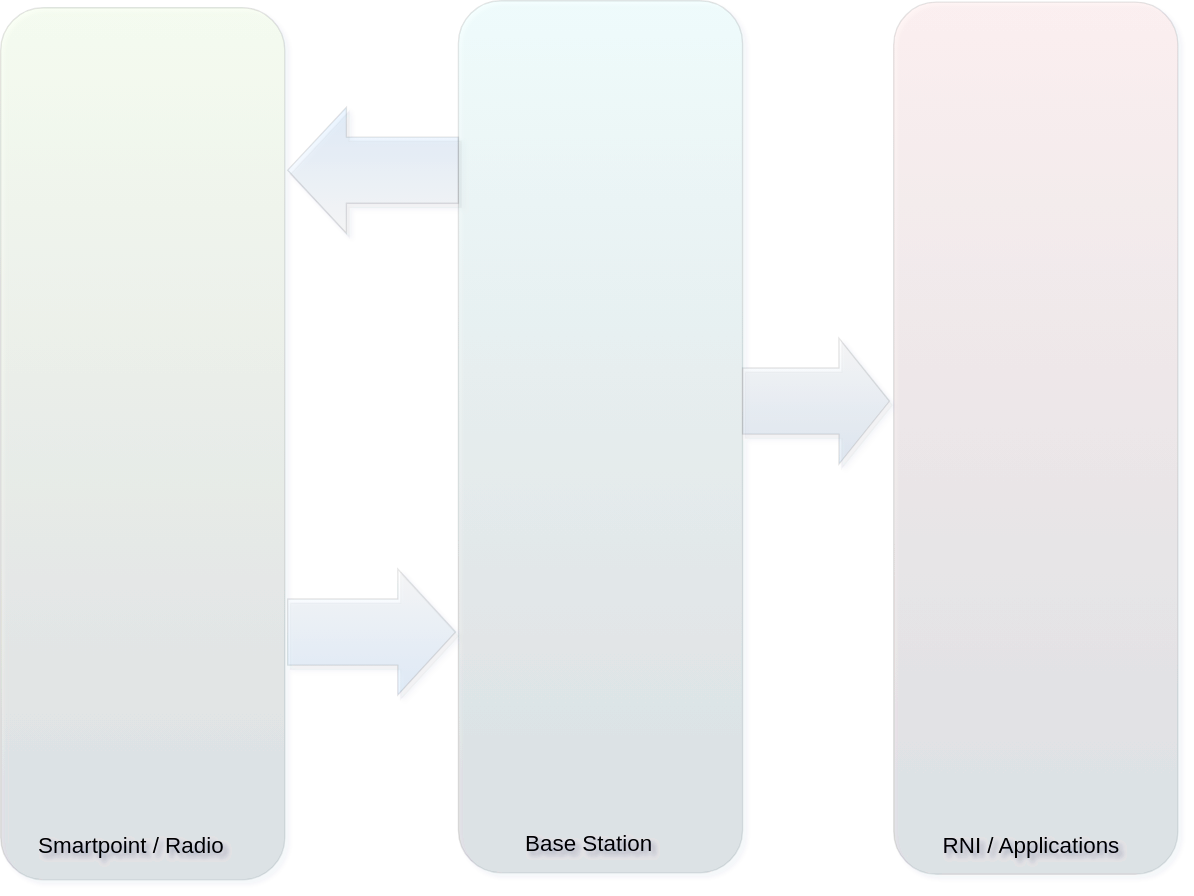
The draw.io diagram hack-2023/ami_ncs_utility_view_v2_svg.drawio.svg in rajeshpv-common/my-drawio, before a commit. Source tidied: cells renumbered, new cells last; positions are measured from the earlier drawing's top-left corner, leaving out a move shared by most shapes. Source of this version:
```xml
<mxGraphModel shadow="1">
  <root>
    <mxCell id="0" />
    <mxCell id="1" parent="0" />
    <mxCell id="2" style="shape=singleArrow;whiteSpace=wrap;html=1;shadow=1;gradientColor=#3399FF;opacity=10;arrowWidth=0.5249042145593851;arrowSize=0.34414700544464505;" parent="1" vertex="1">
      <mxGeometry x="205" y="406" width="120" height="90" as="geometry" />
    </mxCell>
    <mxCell id="3" style="shape=singleArrow;whiteSpace=wrap;html=1;shadow=1;gradientColor=#3399FF;opacity=10;arrowWidth=0.5249042145593851;arrowSize=0.34414700544464505;rotation=-180;" parent="1" vertex="1">
      <mxGeometry x="205" y="76" width="122" height="90" as="geometry" />
    </mxCell>
    <mxCell id="4" style="shape=singleArrow;whiteSpace=wrap;html=1;shadow=1;gradientColor=#2776C4;opacity=10;arrowWidth=0.5249042145593851;arrowSize=0.34414700544464505;" parent="1" vertex="1">
      <mxGeometry x="530" y="241" width="105" height="90" as="geometry" />
    </mxCell>
    <mxCell id="5" style="rounded=1;whiteSpace=wrap;html=1;gradientColor=default;opacity=10;fillColor=#CCFF99;" parent="1" vertex="1">
      <mxGeometry y="5" width="203" height="623" as="geometry" />
    </mxCell>
    <mxCell id="6" value="Smartpoint / Radio" style="text;html=1;strokeColor=none;fillColor=none;align=center;verticalAlign=middle;whiteSpace=wrap;rounded=0;shadow=1;fontSize=16;" parent="1" vertex="1">
      <mxGeometry x="7" y="588" width="173" height="30" as="geometry" />
    </mxCell>
    <mxCell id="7" style="rounded=1;whiteSpace=wrap;html=1;gradientColor=default;opacity=10;fillColor=#99FFFF;" parent="1" vertex="1">
      <mxGeometry x="327" width="203" height="623" as="geometry" />
    </mxCell>
    <mxCell id="8" value="Base Station" style="text;html=1;strokeColor=none;fillColor=none;align=center;verticalAlign=middle;whiteSpace=wrap;rounded=0;shadow=1;fontSize=16;" parent="1" vertex="1">
      <mxGeometry x="334" y="587" width="173" height="30" as="geometry" />
    </mxCell>
    <mxCell id="9" style="rounded=1;whiteSpace=wrap;html=1;gradientColor=default;opacity=10;fillColor=#FF9999;" parent="1" vertex="1">
      <mxGeometry x="638" y="1" width="203" height="623" as="geometry" />
    </mxCell>
    <mxCell id="10" value="RNI / Applications" style="text;html=1;strokeColor=none;fillColor=none;align=center;verticalAlign=middle;whiteSpace=wrap;rounded=0;shadow=1;fontSize=16;" parent="1" vertex="1">
      <mxGeometry x="650" y="588" width="173" height="30" as="geometry" />
    </mxCell>
  </root>
</mxGraphModel>
```
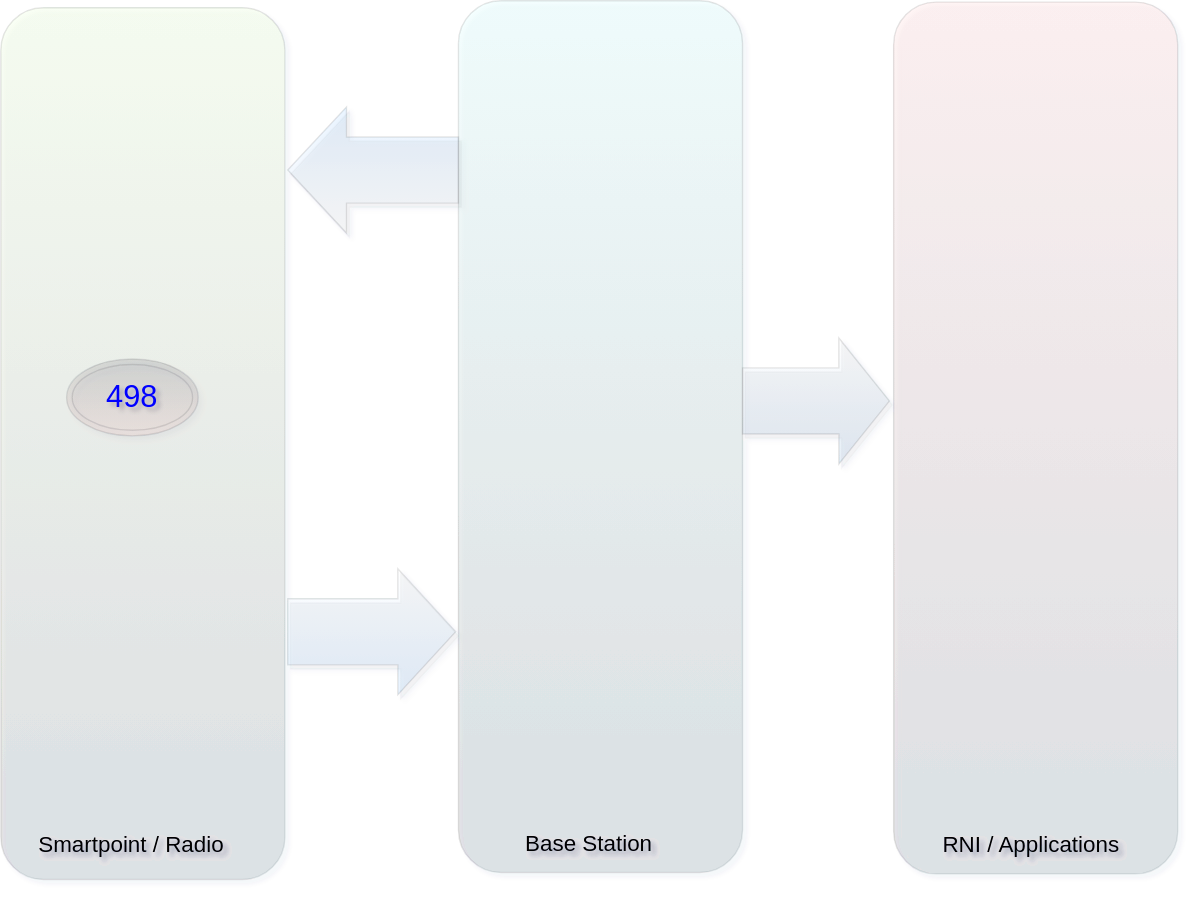
Above is the later version.

Change to the diagram source:
```diff
@@ -29,5 +29,8 @@
     <mxCell id="10" value="RNI / Applications" style="text;html=1;strokeColor=none;fillColor=none;align=center;verticalAlign=middle;whiteSpace=wrap;rounded=0;shadow=1;fontSize=16;" parent="1" vertex="1">
       <mxGeometry x="650" y="588" width="173" height="30" as="geometry" />
     </mxCell>
+    <mxCell id="11" value="&lt;font color=&quot;#0000ff&quot; style=&quot;font-size: 22px;&quot;&gt;498&lt;/font&gt;" style="ellipse;shape=doubleEllipse;whiteSpace=wrap;html=1;opacity=10;fillColor=#FF9999;gradientColor=default;gradientDirection=north;" parent="1" vertex="1">
+      <mxGeometry x="47" y="256" width="94" height="55" as="geometry" />
+    </mxCell>
   </root>
 </mxGraphModel>
```
